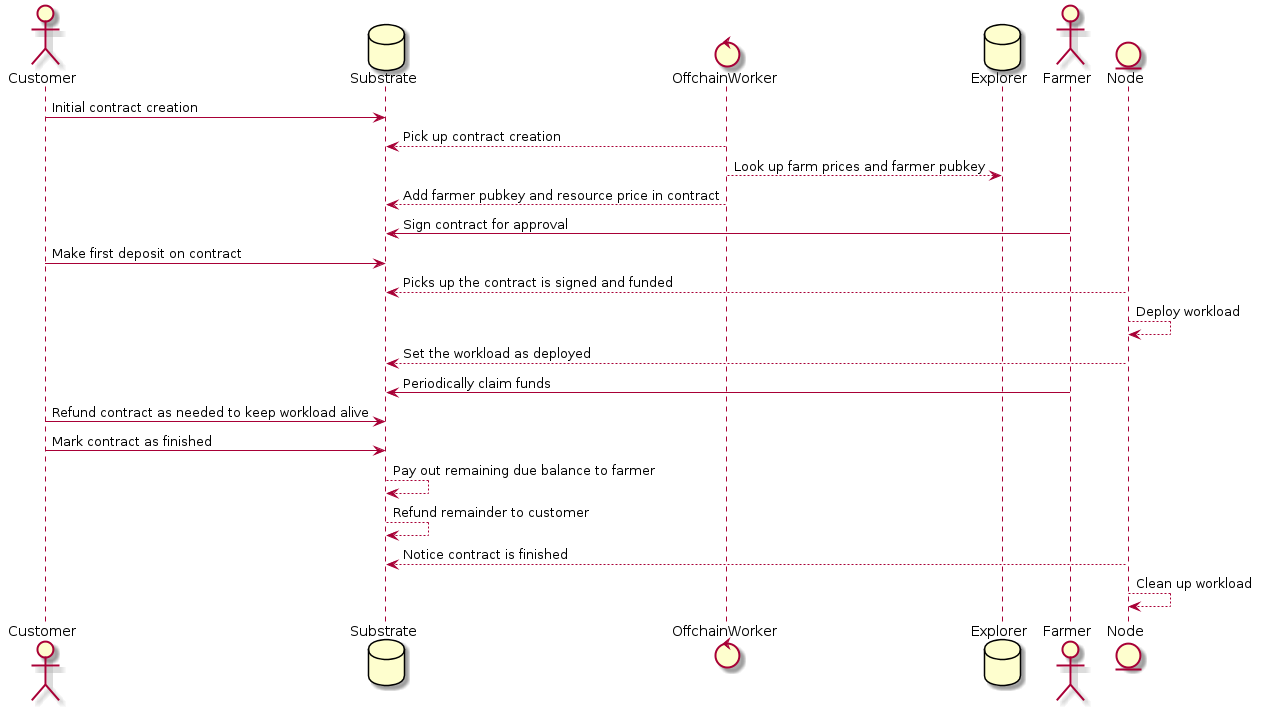
Earlier version of the PlantUML export assets/smart_contract_poc.png (threefoldtech/substrate-research).
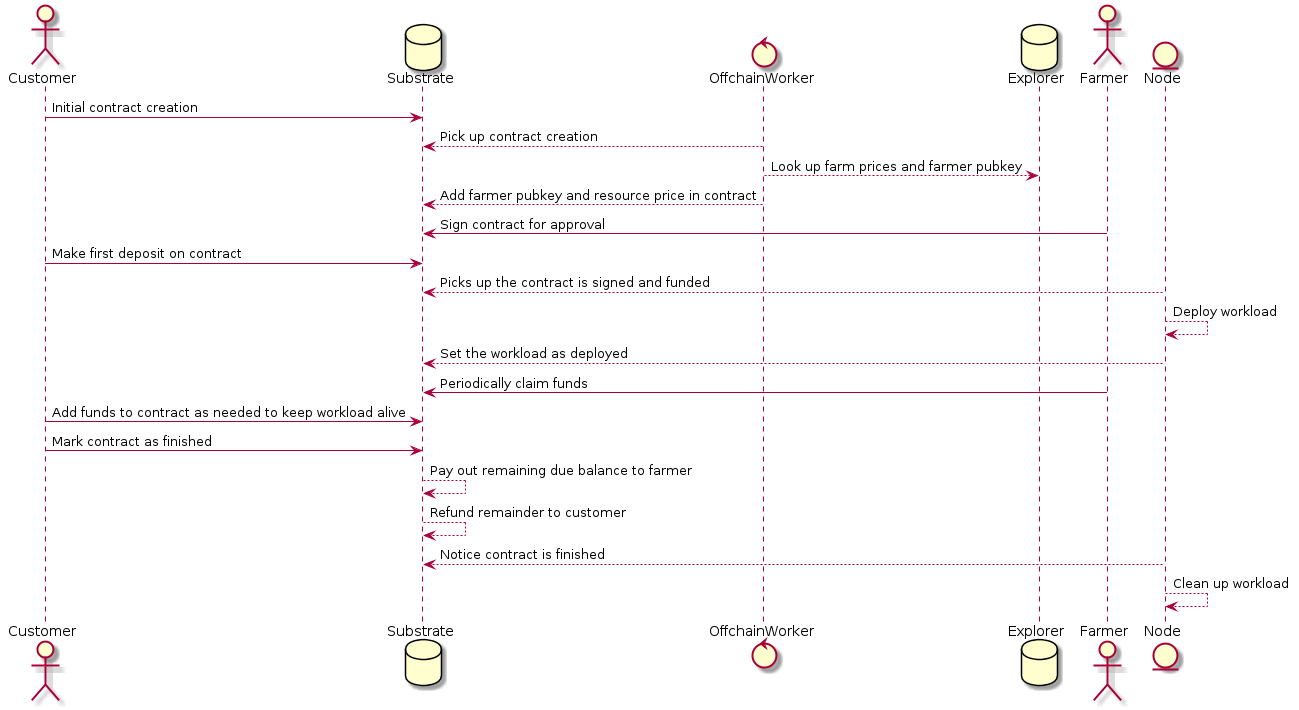
The same diagram one commit later.

Commit message:
More cleare wording in diagram

What changed in the source:
```diff
@@ -16,7 +16,7 @@
 Node --> Node: Deploy workload
 Node --> Substrate: Set the workload as deployed
 Farmer -> Substrate: Periodically claim funds
-Customer -> Substrate: Refund contract as needed to keep workload alive
+Customer -> Substrate: Add funds to contract as needed to keep workload alive
 Customer -> Substrate: Mark contract as finished
 Substrate --> Substrate: Pay out remaining due balance to farmer
 Substrate --> Substrate: Refund remainder to customer
```
